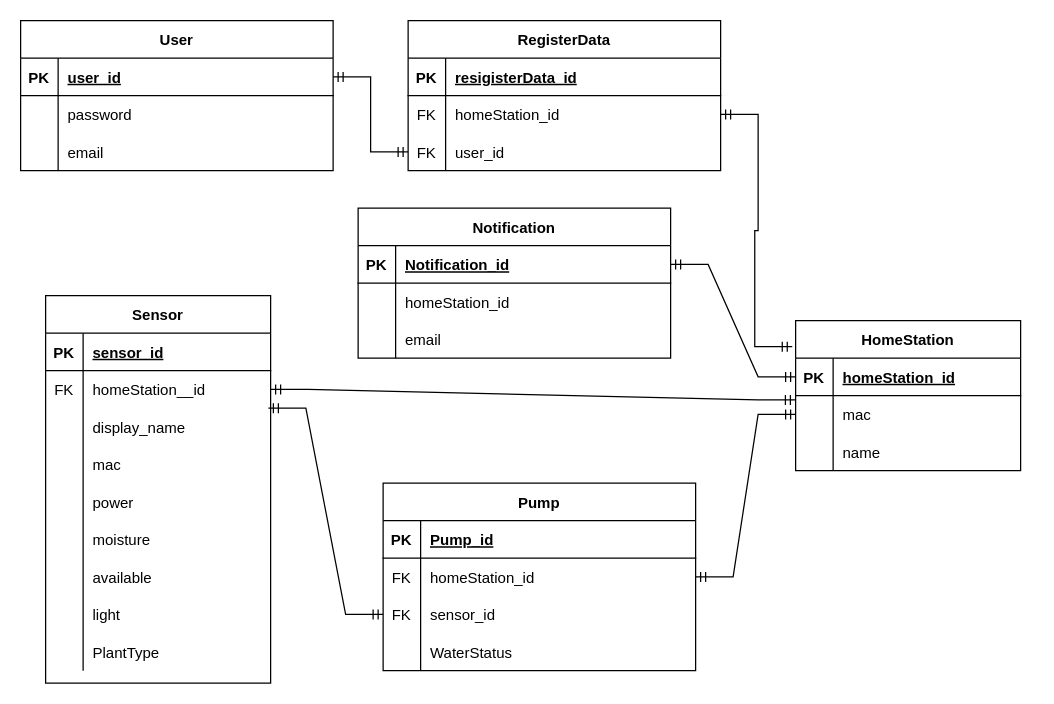
Before: Dokumentation/ERD.drawio in ClementsWagner/Plantastic3.0, a draw.io diagram. Source tidied: cells renumbered, new cells numbered last; positions are measured from the earlier drawing's top-left corner, leaving out a move shared by most shapes. Both pictures are drawn from the tidied source at 125%, with x=0, y=0 at pixel (20, 20).
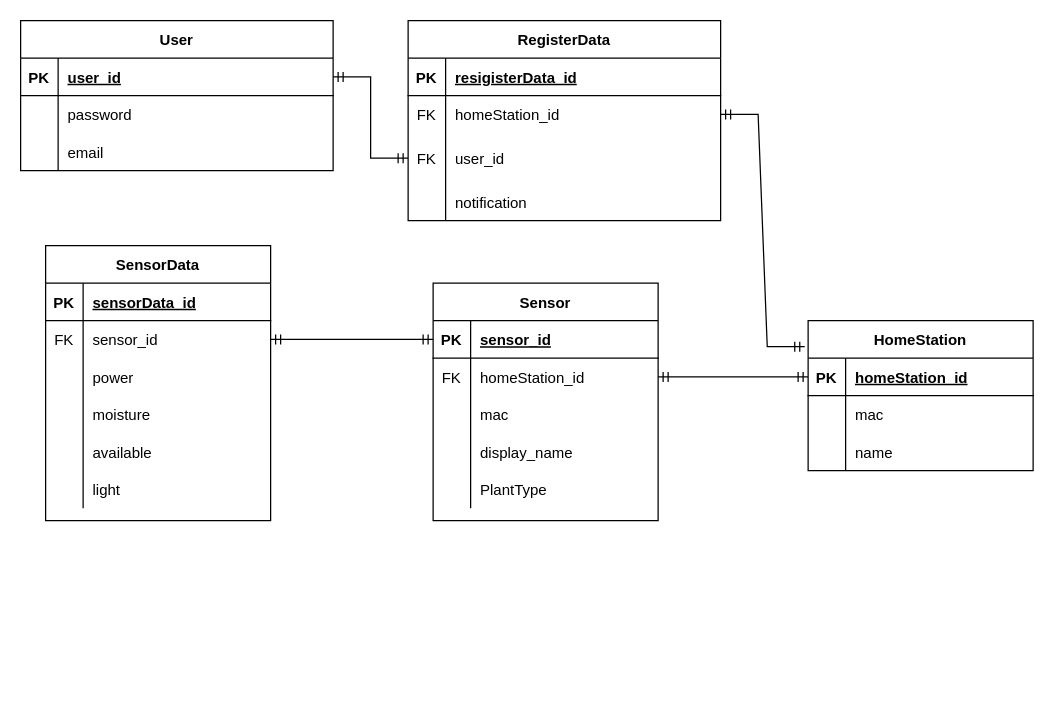
The same page after the edit.

The change refers to these unchanged cells:
```xml
<mxCell id="23" style="shape=partialRectangle;fillColor=none;top=0;left=0;bottom=1;right=0;points=[[0,0.5],[1,0.5]];portConstraint=eastwest;" parent="22" vertex="1">
  <mxGeometry y="30" width="180" height="30" as="geometry" />
</mxCell>
<mxCell id="26" style="shape=partialRectangle;fillColor=none;top=0;left=0;bottom=0;right=0;points=[[0,0.5],[1,0.5]];portConstraint=eastwest;" parent="22" vertex="1">
  <mxGeometry y="60" width="180" height="30" as="geometry" />
</mxCell>
<mxCell id="35" style="shape=partialRectangle;fillColor=none;top=0;left=0;bottom=1;right=0;" parent="34" vertex="1">
  <mxGeometry y="30" width="180" height="30" as="geometry" />
</mxCell>
<mxCell id="38" style="shape=partialRectangle;fillColor=none;top=0;left=0;bottom=0;right=0;points=[[0,0.5],[1,0.5]];portConstraint=eastwest;" parent="34" vertex="1">
  <mxGeometry y="60" width="180" height="30" as="geometry" />
</mxCell>
```

Diff of the diagram source:
```diff
@@
     <mxCell id="12" value="RegisterData" style="shape=table;startSize=30;childLayout=tableLayout;rowLines=0;fontStyle=1;align=center;" parent="1" vertex="1">
-      <mxGeometry x="310" width="250" height="120" as="geometry" />
+      <mxGeometry x="310" width="250" height="160" as="geometry" />
     </mxCell>
@@
     <mxCell id="19" style="shape=partialRectangle;fillColor=none;top=0;left=0;bottom=0;right=0;points=[[0,0.5],[1,0.5]];portConstraint=eastwest;" parent="12" vertex="1">
-      <mxGeometry y="90" width="250" height="30" as="geometry" />
+      <mxGeometry y="90" width="250" height="40" as="geometry" />
     </mxCell>
     <mxCell id="20" value="FK" style="shape=partialRectangle;fillColor=none;top=0;left=0;bottom=0;right=0;fontStyle=0;overflow=hidden;" parent="19" vertex="1">
-      <mxGeometry width="30" height="30" as="geometry" />
+      <mxGeometry width="30" height="40" as="geometry" />
     </mxCell>
     <mxCell id="21" value="user_id" style="shape=partialRectangle;fillColor=none;top=0;left=0;bottom=0;right=0;align=left;spacingLeft=6;fontStyle=0;overflow=hidden;" parent="19" vertex="1">
-      <mxGeometry x="30" width="220" height="30" as="geometry" />
+      <mxGeometry x="30" width="220" height="40" as="geometry" />
     </mxCell>
+    <mxCell id="89" style="shape=partialRectangle;fillColor=none;top=0;left=0;bottom=0;right=0;" parent="12" vertex="1">
+      <mxGeometry y="130" width="250" height="30" as="geometry" />
+    </mxCell>
+    <mxCell id="90" style="shape=partialRectangle;fillColor=none;top=0;left=0;bottom=0;right=0;overflow=hidden;" parent="89" vertex="1">
+      <mxGeometry width="30" height="30" as="geometry" />
+    </mxCell>
+    <mxCell id="91" value="notification" style="shape=partialRectangle;fillColor=none;top=0;left=0;bottom=0;right=0;align=left;spacingLeft=6;overflow=hidden;" parent="89" vertex="1">
+      <mxGeometry x="30" width="220" height="30" as="geometry" />
+    </mxCell>
     <mxCell id="22" value="HomeStation" style="shape=table;startSize=30;childLayout=tableLayout;rowLines=0;fontStyle=1;align=center;" parent="1" vertex="1">
-      <mxGeometry x="620" y="240" width="180" height="120" as="geometry" />
+      <mxGeometry x="630" y="240" width="180" height="120" as="geometry" />
     </mxCell>
@@
-    <mxCell id="34" value="Sensor" style="shape=table;startSize=30;childLayout=tableLayout;rowLines=0;fontStyle=1;align=center;" parent="1" vertex="1">
-      <mxGeometry x="20" y="220" width="180" height="310" as="geometry" />
+    <mxCell id="34" value="SensorData" style="shape=table;startSize=30;childLayout=tableLayout;rowLines=0;fontStyle=1;align=center;" parent="1" vertex="1">
+      <mxGeometry x="20" y="180" width="180" height="220" as="geometry" />
     </mxCell>
@@
-    <mxCell id="37" value="sensor_id" style="shape=partialRectangle;fillColor=none;top=0;left=0;bottom=0;right=0;align=left;spacingLeft=6;fontStyle=5;overflow=hidden;" parent="35" vertex="1">
+    <mxCell id="37" value="sensorData_id" style="shape=partialRectangle;fillColor=none;top=0;left=0;bottom=0;right=0;align=left;spacingLeft=6;fontStyle=5;overflow=hidden;" parent="35" vertex="1">
       <mxGeometry x="30" width="150" height="30" as="geometry" />
     </mxCell>
@@
-    <mxCell id="40" value="homeStation__id" style="shape=partialRectangle;fillColor=none;top=0;left=0;bottom=0;right=0;align=left;spacingLeft=6;overflow=hidden;" parent="38" vertex="1">
+    <mxCell id="40" value="sensor_id" style="shape=partialRectangle;fillColor=none;top=0;left=0;bottom=0;right=0;align=left;spacingLeft=6;overflow=hidden;" parent="38" vertex="1">
       <mxGeometry x="30" width="150" height="30" as="geometry" />
     </mxCell>
-    <mxCell id="41" style="shape=partialRectangle;fillColor=none;top=0;left=0;bottom=0;right=0;points=[[0,0.5],[1,0.5]];portConstraint=eastwest;" parent="34" vertex="1">
-      <mxGeometry y="90" width="180" height="30" as="geometry" />
-    </mxCell>
-    <mxCell id="42" style="shape=partialRectangle;fillColor=none;top=0;left=0;bottom=0;right=0;overflow=hidden;" parent="41" vertex="1">
-      <mxGeometry width="30" height="30" as="geometry" />
-    </mxCell>
-    <mxCell id="43" value="display_name" style="shape=partialRectangle;fillColor=none;top=0;left=0;bottom=0;right=0;align=left;spacingLeft=6;overflow=hidden;" parent="41" vertex="1">
-      <mxGeometry x="30" width="150" height="30" as="geometry" />
-    </mxCell>
-    <mxCell id="44" style="shape=partialRectangle;fillColor=none;top=0;left=0;bottom=0;right=0;" parent="34" vertex="1">
-      <mxGeometry y="120" width="180" height="30" as="geometry" />
-    </mxCell>
-    <mxCell id="45" style="shape=partialRectangle;fillColor=none;top=0;left=0;bottom=0;right=0;overflow=hidden;" parent="44" vertex="1">
-      <mxGeometry width="30" height="30" as="geometry" />
-    </mxCell>
-    <mxCell id="46" value="mac" style="shape=partialRectangle;fillColor=none;top=0;left=0;bottom=0;right=0;align=left;spacingLeft=6;overflow=hidden;" parent="44" vertex="1">
-      <mxGeometry x="30" width="150" height="30" as="geometry" />
-    </mxCell>
     <mxCell id="47" style="shape=partialRectangle;fillColor=none;top=0;left=0;bottom=0;right=0;" parent="34" vertex="1">
-      <mxGeometry y="150" width="180" height="30" as="geometry" />
+      <mxGeometry y="90" width="180" height="30" as="geometry" />
     </mxCell>
@@
     <mxCell id="50" style="shape=partialRectangle;fillColor=none;top=0;left=0;bottom=0;right=0;" parent="34" vertex="1">
-      <mxGeometry y="180" width="180" height="30" as="geometry" />
+      <mxGeometry y="120" width="180" height="30" as="geometry" />
     </mxCell>
@@
     <mxCell id="53" style="shape=partialRectangle;fillColor=none;top=0;left=0;bottom=0;right=0;" parent="34" vertex="1">
-      <mxGeometry y="210" width="180" height="30" as="geometry" />
+      <mxGeometry y="150" width="180" height="30" as="geometry" />
     </mxCell>
@@
     <mxCell id="56" style="shape=partialRectangle;fillColor=none;top=0;left=0;bottom=0;right=0;" parent="34" vertex="1">
-      <mxGeometry y="240" width="180" height="30" as="geometry" />
+      <mxGeometry y="180" width="180" height="30" as="geometry" />
     </mxCell>
@@
-    <mxCell id="59" style="shape=partialRectangle;fillColor=none;top=0;left=0;bottom=0;right=0;" parent="34" vertex="1">
-      <mxGeometry y="270" width="180" height="30" as="geometry" />
-    </mxCell>
-    <mxCell id="60" style="shape=partialRectangle;fillColor=none;top=0;left=0;bottom=0;right=0;overflow=hidden;" parent="59" vertex="1">
-      <mxGeometry width="30" height="30" as="geometry" />
-    </mxCell>
+    <mxCell id="92" value="Sensor" style="shape=table;startSize=30;childLayout=tableLayout;rowLines=0;fontStyle=1;align=center;" parent="1" vertex="1">
+      <mxGeometry x="330" y="210" width="180" height="190" as="geometry" />
+    </mxCell>
+    <mxCell id="93" style="shape=partialRectangle;fillColor=none;top=0;left=0;bottom=1;right=0;points=[[0,0.5],[1,0.5]];portConstraint=eastwest;" parent="92" vertex="1">
+      <mxGeometry y="30" width="180" height="30" as="geometry" />
+    </mxCell>
+    <mxCell id="94" value="PK" style="shape=partialRectangle;fillColor=none;top=0;left=0;bottom=0;right=0;fontStyle=1;overflow=hidden;" parent="93" vertex="1">
+      <mxGeometry width="30" height="30" as="geometry" />
+    </mxCell>
+    <mxCell id="83" value="sensor_id" style="shape=partialRectangle;fillColor=none;top=0;left=0;bottom=0;right=0;align=left;spacingLeft=6;fontStyle=5;overflow=hidden;" parent="93" vertex="1">
+      <mxGeometry x="30" width="150" height="30" as="geometry" />
+    </mxCell>
+    <mxCell id="95" style="shape=partialRectangle;fillColor=none;top=0;left=0;bottom=0;right=0;points=[[0,0.5],[1,0.5]];portConstraint=eastwest;" parent="92" vertex="1">
+      <mxGeometry y="60" width="180" height="30" as="geometry" />
+    </mxCell>
+    <mxCell id="96" value="FK" style="shape=partialRectangle;fillColor=none;top=0;left=0;bottom=0;right=0;overflow=hidden;" parent="95" vertex="1">
+      <mxGeometry width="30" height="30" as="geometry" />
+    </mxCell>
+    <mxCell id="97" value="homeStation_id" style="shape=partialRectangle;fillColor=none;top=0;left=0;bottom=0;right=0;align=left;spacingLeft=6;overflow=hidden;" parent="95" vertex="1">
+      <mxGeometry x="30" width="150" height="30" as="geometry" />
+    </mxCell>
+    <mxCell id="41" style="shape=partialRectangle;fillColor=none;top=0;left=0;bottom=0;right=0;points=[[0,0.5],[1,0.5]];portConstraint=eastwest;" parent="92" vertex="1">
+      <mxGeometry y="90" width="180" height="30" as="geometry" />
+    </mxCell>
+    <mxCell id="98" style="shape=partialRectangle;fillColor=none;top=0;left=0;bottom=0;right=0;overflow=hidden;" parent="41" vertex="1">
+      <mxGeometry width="30" height="30" as="geometry" />
+    </mxCell>
+    <mxCell id="46" value="mac" style="shape=partialRectangle;fillColor=none;top=0;left=0;bottom=0;right=0;align=left;spacingLeft=6;overflow=hidden;" parent="41" vertex="1">
+      <mxGeometry x="30" width="150" height="30" as="geometry" />
+    </mxCell>
+    <mxCell id="44" style="shape=partialRectangle;fillColor=none;top=0;left=0;bottom=0;right=0;" parent="92" vertex="1">
+      <mxGeometry y="120" width="180" height="30" as="geometry" />
+    </mxCell>
+    <mxCell id="99" style="shape=partialRectangle;fillColor=none;top=0;left=0;bottom=0;right=0;overflow=hidden;" parent="44" vertex="1">
+      <mxGeometry width="30" height="30" as="geometry" />
+    </mxCell>
+    <mxCell id="43" value="display_name" style="shape=partialRectangle;fillColor=none;top=0;left=0;bottom=0;right=0;align=left;spacingLeft=6;overflow=hidden;" parent="44" vertex="1">
+      <mxGeometry x="30" width="150" height="30" as="geometry" />
+    </mxCell>
+    <mxCell id="100" style="shape=partialRectangle;fillColor=none;top=0;left=0;bottom=0;right=0;" parent="92" vertex="1">
+      <mxGeometry y="150" width="180" height="30" as="geometry" />
+    </mxCell>
+    <mxCell id="101" style="shape=partialRectangle;fillColor=none;top=0;left=0;bottom=0;right=0;overflow=hidden;" parent="100" vertex="1">
+      <mxGeometry width="30" height="30" as="geometry" />
+    </mxCell>
-    <mxCell id="61" value="PlantType" style="shape=partialRectangle;fillColor=none;top=0;left=0;bottom=0;right=0;align=left;spacingLeft=6;overflow=hidden;" parent="59" vertex="1">
+    <mxCell id="61" value="PlantType" style="shape=partialRectangle;fillColor=none;top=0;left=0;bottom=0;right=0;align=left;spacingLeft=6;overflow=hidden;" parent="100" vertex="1">
       <mxGeometry x="30" width="150" height="30" as="geometry" />
     </mxCell>
-    <mxCell id="62" style="edgeStyle=entityRelationEdgeStyle;fontSize=12;html=1;endArrow=ERmandOne;startArrow=ERmandOne;rounded=0;exitX=1;exitY=0.5;exitDx=0;exitDy=0;entryX=-0.001;entryY=0.114;entryDx=0;entryDy=0;entryPerimeter=0;" parent="1" edge="1" source="38" target="26">
-      <mxGeometry relative="1" as="geometry" />
-    </mxCell>
-    <mxCell id="63" value="Notification" style="shape=table;startSize=30;childLayout=tableLayout;rowLines=0;fontStyle=1;align=center;" parent="1" vertex="1">
-      <mxGeometry x="270" y="150" width="250" height="120" as="geometry" />
-    </mxCell>
-    <mxCell id="64" style="shape=partialRectangle;fillColor=none;points=[[0,0.5],[1,0.5]];portConstraint=eastwest;top=0;left=0;right=0;bottom=1;" parent="63" vertex="1">
-      <mxGeometry y="30" width="250" height="30" as="geometry" />
-    </mxCell>
-    <mxCell id="65" value="PK" style="shape=partialRectangle;overflow=hidden;fillColor=none;top=0;left=0;bottom=0;right=0;fontStyle=1;" parent="64" vertex="1">
-      <mxGeometry width="30" height="30" as="geometry" />
-    </mxCell>
-    <mxCell id="66" value="Notification_id" style="shape=partialRectangle;overflow=hidden;fillColor=none;top=0;left=0;bottom=0;right=0;align=left;spacingLeft=6;fontStyle=5;" parent="64" vertex="1">
-      <mxGeometry x="30" width="220" height="30" as="geometry" />
-    </mxCell>
-    <mxCell id="67" style="shape=partialRectangle;fillColor=none;top=0;left=0;bottom=0;right=0;" parent="63" vertex="1">
-      <mxGeometry y="60" width="250" height="30" as="geometry" />
-    </mxCell>
-    <mxCell id="68" style="shape=partialRectangle;fillColor=none;top=0;left=0;bottom=0;right=0;overflow=hidden;" parent="67" vertex="1">
-      <mxGeometry width="30" height="30" as="geometry" />
-    </mxCell>
-    <mxCell id="69" value="homeStation_id" style="shape=partialRectangle;fillColor=none;top=0;left=0;bottom=0;right=0;align=left;spacingLeft=6;overflow=hidden;" parent="67" vertex="1">
-      <mxGeometry x="30" width="220" height="30" as="geometry" />
-    </mxCell>
-    <mxCell id="70" style="shape=partialRectangle;fillColor=none;top=0;left=0;bottom=0;right=0;" parent="63" vertex="1">
-      <mxGeometry y="90" width="250" height="30" as="geometry" />
-    </mxCell>
-    <mxCell id="71" style="shape=partialRectangle;fillColor=none;top=0;left=0;bottom=0;right=0;overflow=hidden;" parent="70" vertex="1">
-      <mxGeometry width="30" height="30" as="geometry" />
-    </mxCell>
-    <mxCell id="72" value="email" style="shape=partialRectangle;fillColor=none;top=0;left=0;bottom=0;right=0;align=left;spacingLeft=6;overflow=hidden;" parent="70" vertex="1">
-      <mxGeometry x="30" width="220" height="30" as="geometry" />
-    </mxCell>
-    <mxCell id="73" style="edgeStyle=entityRelationEdgeStyle;fontSize=12;html=1;endArrow=ERmandOne;startArrow=ERmandOne;rounded=0;entryX=0;entryY=0.5;entryDx=0;entryDy=0;" parent="1" edge="1" source="64" target="23">
-      <mxGeometry relative="1" as="geometry" />
-    </mxCell>
-    <mxCell id="74" value="Pump" style="shape=table;startSize=30;childLayout=tableLayout;rowLines=0;fontStyle=1;align=center;" parent="1" vertex="1">
-      <mxGeometry x="290" y="370" width="250" height="150" as="geometry" />
-    </mxCell>
-    <mxCell id="75" style="shape=partialRectangle;fillColor=none;top=0;left=0;right=0;bottom=1;" parent="74" vertex="1">
-      <mxGeometry y="30" width="250" height="30" as="geometry" />
-    </mxCell>
-    <mxCell id="76" value="PK" style="shape=partialRectangle;overflow=hidden;fillColor=none;top=0;left=0;bottom=0;right=0;fontStyle=1;" parent="75" vertex="1">
-      <mxGeometry width="30" height="30" as="geometry" />
-    </mxCell>
-    <mxCell id="77" value="Pump_id" style="shape=partialRectangle;overflow=hidden;fillColor=none;top=0;left=0;bottom=0;right=0;align=left;spacingLeft=6;fontStyle=5;" parent="75" vertex="1">
-      <mxGeometry x="30" width="220" height="30" as="geometry" />
-    </mxCell>
-    <mxCell id="78" style="shape=partialRectangle;fillColor=none;top=0;left=0;bottom=0;right=0;points=[[0,0.5],[1,0.5]];portConstraint=eastwest;" parent="74" vertex="1">
-      <mxGeometry y="60" width="250" height="30" as="geometry" />
-    </mxCell>
-    <mxCell id="79" value="FK" style="shape=partialRectangle;fillColor=none;top=0;left=0;bottom=0;right=0;overflow=hidden;" parent="78" vertex="1">
-      <mxGeometry width="30" height="30" as="geometry" />
-    </mxCell>
-    <mxCell id="80" value="homeStation_id" style="shape=partialRectangle;fillColor=none;top=0;left=0;bottom=0;right=0;align=left;spacingLeft=6;overflow=hidden;" parent="78" vertex="1">
-      <mxGeometry x="30" width="220" height="30" as="geometry" />
-    </mxCell>
-    <mxCell id="81" style="shape=partialRectangle;fillColor=none;top=0;left=0;bottom=0;right=0;points=[[0,0.5],[1,0.5]];portConstraint=eastwest;" parent="74" vertex="1">
-      <mxGeometry y="90" width="250" height="30" as="geometry" />
-    </mxCell>
-    <mxCell id="82" value="FK" style="shape=partialRectangle;fillColor=none;top=0;left=0;bottom=0;right=0;overflow=hidden;" parent="81" vertex="1">
-      <mxGeometry width="30" height="30" as="geometry" />
-    </mxCell>
-    <mxCell id="83" value="sensor_id" style="shape=partialRectangle;fillColor=none;top=0;left=0;bottom=0;right=0;align=left;spacingLeft=6;overflow=hidden;" parent="81" vertex="1">
-      <mxGeometry x="30" width="220" height="30" as="geometry" />
-    </mxCell>
-    <mxCell id="84" style="shape=partialRectangle;fillColor=none;top=0;left=0;bottom=0;right=0;" parent="74" vertex="1">
-      <mxGeometry y="120" width="250" height="30" as="geometry" />
-    </mxCell>
-    <mxCell id="85" style="shape=partialRectangle;fillColor=none;top=0;left=0;bottom=0;right=0;overflow=hidden;" parent="84" vertex="1">
-      <mxGeometry width="30" height="30" as="geometry" />
-    </mxCell>
-    <mxCell id="86" value="WaterStatus" style="shape=partialRectangle;fillColor=none;top=0;left=0;bottom=0;right=0;align=left;spacingLeft=6;overflow=hidden;" parent="84" vertex="1">
-      <mxGeometry x="30" width="220" height="30" as="geometry" />
-    </mxCell>
-    <mxCell id="87" style="edgeStyle=entityRelationEdgeStyle;fontSize=12;html=1;endArrow=ERmandOne;startArrow=ERmandOne;rounded=0;exitX=0.99;exitY=0.003;exitDx=0;exitDy=0;entryX=0;entryY=0.5;entryDx=0;entryDy=0;exitPerimeter=0;" parent="1" edge="1" source="41" target="81">
-      <mxGeometry relative="1" as="geometry" />
-    </mxCell>
-    <mxCell id="88" style="edgeStyle=entityRelationEdgeStyle;fontSize=12;html=1;endArrow=ERmandOne;startArrow=ERmandOne;rounded=0;exitX=0;exitY=0.5;exitDx=0;exitDy=0;entryX=1;entryY=0.5;entryDx=0;entryDy=0;" parent="1" edge="1" source="26" target="78">
-      <mxGeometry relative="1" as="geometry" />
-    </mxCell>
+    <mxCell id="102" style="edgeStyle=entityRelationEdgeStyle;fontSize=12;html=1;endArrow=ERmandOne;startArrow=ERmandOne;rounded=0;entryX=0;entryY=0.5;entryDx=0;entryDy=0;exitX=1;exitY=0.5;exitDx=0;exitDy=0;" parent="1" edge="1" source="95" target="23">
+      <mxGeometry relative="1" as="geometry" />
+    </mxCell>
+    <mxCell id="103" style="edgeStyle=entityRelationEdgeStyle;fontSize=12;html=1;endArrow=ERmandOne;startArrow=ERmandOne;rounded=0;exitX=1;exitY=0.5;exitDx=0;exitDy=0;entryX=0;entryY=0.5;entryDx=0;entryDy=0;" parent="1" edge="1" source="38" target="93">
+      <mxGeometry relative="1" as="geometry" />
+    </mxCell>
```
